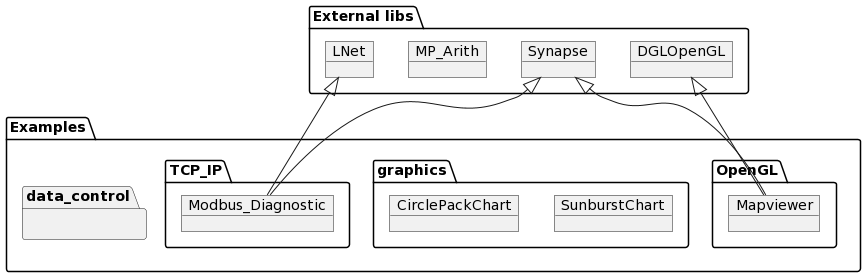
Before: Overview.png, a diagram exported from PlantUML (PascalCorpsman/Examples). Its diagram source:
```plantuml
@startuml


package "Examples" {
  package "OpenGL" {
   object Mapviewer
  }
  package "data_control" {
  }
  package "graphics" {
   object SunburstChart
   object CirclePackChart
  }
  package "TCP_IP" {
   object Modbus_Diagnostic
  }
}

package "External libs" {
object Synapse
object LNet
object MP_Arith
object DGLOpenGL
Synapse <|-- Mapviewer
DGLOpenGL <|-- Mapviewer
Synapse <|-- Modbus_Diagnostic
LNet <|-- Modbus_Diagnostic
}
@enduml
```
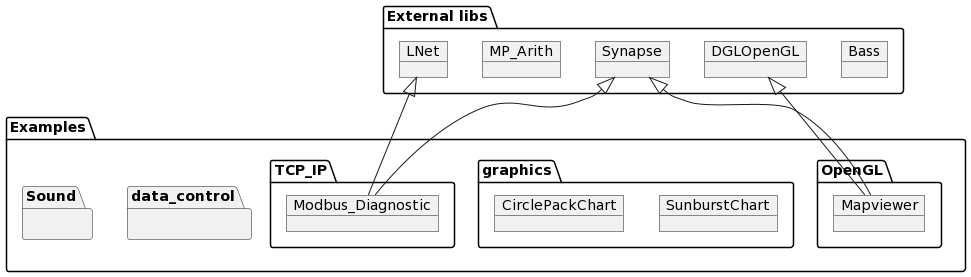
After the commit.

The edit, as a diff of the source:
```diff
@@ -14,13 +14,17 @@
   package "TCP_IP" {
    object Modbus_Diagnostic
   }
+  package "Sound" {
+
+  }
 }
 
 package "External libs" {
-object Synapse
+object Bass
+object DGLOpenGL
 object LNet
 object MP_Arith
-object DGLOpenGL
+object Synapse
 Synapse <|-- Mapviewer
 DGLOpenGL <|-- Mapviewer
 Synapse <|-- Modbus_Diagnostic
```
